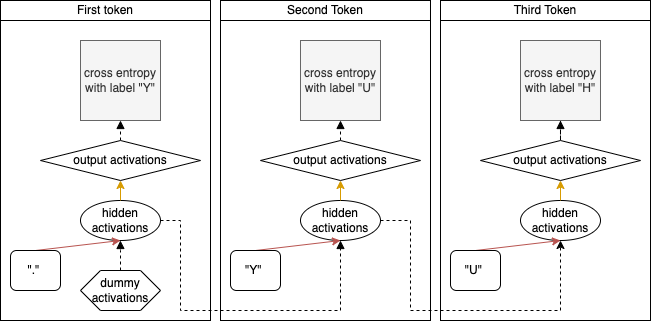
The draw.io diagram posts/15_rnn/rnn3.drawio.png in lucasvw/lucasvw.github.io, before a commit. Source tidied: cells renumbered, new cells last; positions are measured from the earlier drawing's top-left corner, leaving out a move shared by most shapes.
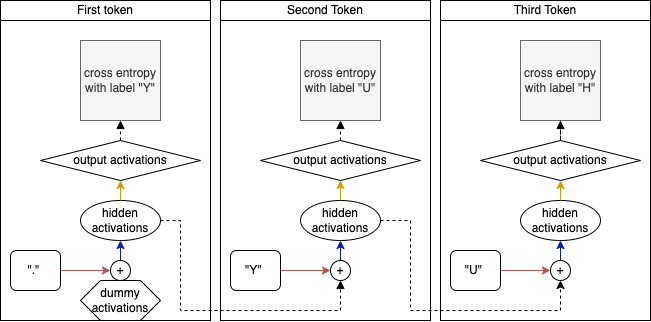
The same diagram one commit later.

What changed in the source:
```diff
@@ -11,7 +11,7 @@
     <mxCell id="4" style="rounded=0;whiteSpace=wrap;html=1;fillColor=none;" parent="1" vertex="1">
       <mxGeometry width="210" height="320" as="geometry" />
     </mxCell>
-    <mxCell id="5" style="edgeStyle=orthogonalEdgeStyle;rounded=0;jettySize=auto;html=1;exitX=1;exitY=0.5;exitDx=0;exitDy=0;entryX=0.5;entryY=1;entryDx=0;entryDy=0;dashed=1;" parent="1" edge="1" source="6" target="12">
+    <mxCell id="5" style="edgeStyle=orthogonalEdgeStyle;rounded=0;jettySize=auto;html=1;exitX=1;exitY=0.5;exitDx=0;exitDy=0;entryX=0.5;entryY=1;entryDx=0;entryDy=0;dashed=1;" parent="1" edge="1" source="6" target="38">
       <mxGeometry relative="1" as="geometry">
         <Array as="points">
           <mxPoint x="410" y="220" />
@@ -23,7 +23,7 @@
     <mxCell id="6" value="hidden&lt;br style=&quot;border-color: var(--border-color);&quot;&gt;activations" style="ellipse;whiteSpace=wrap;html=1;" parent="1" vertex="1">
       <mxGeometry x="300" y="200" width="80" height="40" as="geometry" />
     </mxCell>
-    <mxCell id="7" style="rounded=0;jettySize=auto;html=1;exitX=0.5;exitY=0;exitDx=0;exitDy=0;entryX=0.5;entryY=1;entryDx=0;entryDy=0;fillColor=#f8cecc;strokeColor=#b85450;" parent="1" edge="1" source="8" target="6">
+    <mxCell id="7" style="rounded=0;jettySize=auto;html=1;exitX=1;exitY=0.5;exitDx=0;exitDy=0;entryX=0;entryY=0.5;entryDx=0;entryDy=0;fillColor=#f8cecc;strokeColor=#b85450;" parent="1" edge="1" source="8" target="36">
       <mxGeometry relative="1" as="geometry" />
     </mxCell>
     <mxCell id="8" value="&quot;Y&quot;&amp;nbsp;" style="rounded=1;whiteSpace=wrap;html=1;" parent="1" vertex="1">
@@ -43,7 +43,7 @@
     <mxCell id="12" value="hidden&lt;br style=&quot;border-color: var(--border-color);&quot;&gt;activations" style="ellipse;whiteSpace=wrap;html=1;" parent="1" vertex="1">
       <mxGeometry x="520" y="200" width="80" height="40" as="geometry" />
     </mxCell>
-    <mxCell id="13" style="rounded=0;jettySize=auto;html=1;exitX=0.5;exitY=0;exitDx=0;exitDy=0;entryX=0.5;entryY=1;entryDx=0;entryDy=0;fillColor=#f8cecc;strokeColor=#b85450;" parent="1" edge="1" source="14" target="12">
+    <mxCell id="13" style="rounded=0;jettySize=auto;html=1;exitX=1;exitY=0.5;exitDx=0;exitDy=0;entryX=0;entryY=0.5;entryDx=0;entryDy=0;fillColor=#f8cecc;strokeColor=#b85450;" parent="1" edge="1" source="14" target="38">
       <mxGeometry relative="1" as="geometry" />
     </mxCell>
     <mxCell id="14" value="&quot;U&quot;&amp;nbsp;" style="rounded=1;whiteSpace=wrap;html=1;" parent="1" vertex="1">
@@ -72,7 +72,7 @@
     <mxCell id="21" value="Third Token" style="text;html=1;align=center;verticalAlign=middle;whiteSpace=wrap;rounded=0;strokeColor=default;" parent="1" vertex="1">
       <mxGeometry x="440" width="210" height="20" as="geometry" />
     </mxCell>
-    <mxCell id="22" style="edgeStyle=orthogonalEdgeStyle;rounded=0;jettySize=auto;html=1;exitX=1;exitY=0.5;exitDx=0;exitDy=0;entryX=0.5;entryY=1;entryDx=0;entryDy=0;dashed=1;endArrow=block;endFill=1;" parent="1" edge="1" source="23" target="6">
+    <mxCell id="22" style="edgeStyle=orthogonalEdgeStyle;rounded=0;jettySize=auto;html=1;exitX=1;exitY=0.5;exitDx=0;exitDy=0;entryX=0.5;entryY=1;entryDx=0;entryDy=0;dashed=1;endArrow=block;endFill=1;" parent="1" edge="1" source="23" target="36">
       <mxGeometry relative="1" as="geometry">
         <Array as="points">
           <mxPoint x="180" y="220" />
@@ -84,7 +84,7 @@
     <mxCell id="23" value="hidden&lt;br style=&quot;border-color: var(--border-color);&quot;&gt;activations" style="ellipse;whiteSpace=wrap;html=1;" parent="1" vertex="1">
       <mxGeometry x="80" y="200" width="80" height="40" as="geometry" />
     </mxCell>
-    <mxCell id="24" style="rounded=0;jettySize=auto;html=1;exitX=0.5;exitY=0;exitDx=0;exitDy=0;entryX=0.5;entryY=1;entryDx=0;entryDy=0;fillColor=#f8cecc;strokeColor=#b85450;" parent="1" edge="1" source="25" target="23">
+    <mxCell id="24" style="rounded=0;jettySize=auto;html=1;exitX=1;exitY=0.5;exitDx=0;exitDy=0;entryX=0;entryY=0.5;entryDx=0;entryDy=0;fillColor=#f8cecc;strokeColor=#b85450;" parent="1" edge="1" source="25" target="34">
       <mxGeometry relative="1" as="geometry" />
     </mxCell>
     <mxCell id="25" value="&quot;.&quot;&amp;nbsp;" style="rounded=1;whiteSpace=wrap;html=1;" parent="1" vertex="1">
@@ -107,11 +107,29 @@
     <mxCell id="30" value="First token" style="text;html=1;align=center;verticalAlign=middle;whiteSpace=wrap;rounded=0;strokeColor=default;" parent="1" vertex="1">
       <mxGeometry width="210" height="20" as="geometry" />
     </mxCell>
-    <mxCell id="31" style="edgeStyle=orthogonalEdgeStyle;rounded=0;jettySize=auto;html=1;entryX=0.571;entryY=0.75;entryDx=0;entryDy=0;entryPerimeter=0;endArrow=block;endFill=1;dashed=1;" parent="1" edge="1" source="32" target="4">
-      <mxGeometry relative="1" as="geometry" />
+    <mxCell id="31" value="dummy activations" style="shape=hexagon;perimeter=hexagonPerimeter2;whiteSpace=wrap;html=1;fixedSize=1;" parent="1" vertex="1">
+      <mxGeometry x="80" y="280" width="80" height="40" as="geometry" />
     </mxCell>
-    <mxCell id="32" value="dummy activations" style="shape=hexagon;perimeter=hexagonPerimeter2;whiteSpace=wrap;html=1;fixedSize=1;" parent="1" vertex="1">
-      <mxGeometry x="80" y="270" width="80" height="40" as="geometry" />
+    <mxCell id="32" style="edgeStyle=orthogonalEdgeStyle;rounded=0;jettySize=auto;html=1;entryX=0.571;entryY=0.75;entryDx=0;entryDy=0;entryPerimeter=0;endArrow=block;endFill=1;dashed=1;" parent="1" edge="1" source="31" target="34">
+      <mxGeometry relative="1" as="geometry" />
     </mxCell>
+    <mxCell id="33" style="edgeStyle=orthogonalEdgeStyle;rounded=0;jettySize=auto;html=1;exitX=0.5;exitY=0;exitDx=0;exitDy=0;entryX=0.5;entryY=1;entryDx=0;entryDy=0;fillColor=#0050ef;strokeColor=#001DBC;" parent="1" edge="1" source="34" target="23">
+      <mxGeometry relative="1" as="geometry" />
+    </mxCell>
+    <mxCell id="34" value="+" style="ellipse;whiteSpace=wrap;html=1;" parent="1" vertex="1">
+      <mxGeometry x="110" y="260" width="20" height="20" as="geometry" />
+    </mxCell>
+    <mxCell id="35" style="edgeStyle=orthogonalEdgeStyle;rounded=0;jettySize=auto;html=1;exitX=0.5;exitY=0;exitDx=0;exitDy=0;entryX=0.5;entryY=1;entryDx=0;entryDy=0;fillColor=#0050ef;strokeColor=#001DBC;" parent="1" edge="1" source="36" target="6">
+      <mxGeometry relative="1" as="geometry" />
+    </mxCell>
+    <mxCell id="36" value="+" style="ellipse;whiteSpace=wrap;html=1;" parent="1" vertex="1">
+      <mxGeometry x="330" y="260" width="20" height="20" as="geometry" />
+    </mxCell>
+    <mxCell id="37" style="edgeStyle=orthogonalEdgeStyle;rounded=0;jettySize=auto;html=1;exitX=0.5;exitY=0;exitDx=0;exitDy=0;entryX=0.5;entryY=1;entryDx=0;entryDy=0;fillColor=#0050ef;strokeColor=#001DBC;" parent="1" edge="1" source="38" target="12">
+      <mxGeometry relative="1" as="geometry" />
+    </mxCell>
+    <mxCell id="38" value="+" style="ellipse;whiteSpace=wrap;html=1;" parent="1" vertex="1">
+      <mxGeometry x="550" y="260" width="20" height="20" as="geometry" />
+    </mxCell>
   </root>
 </mxGraphModel>
```
